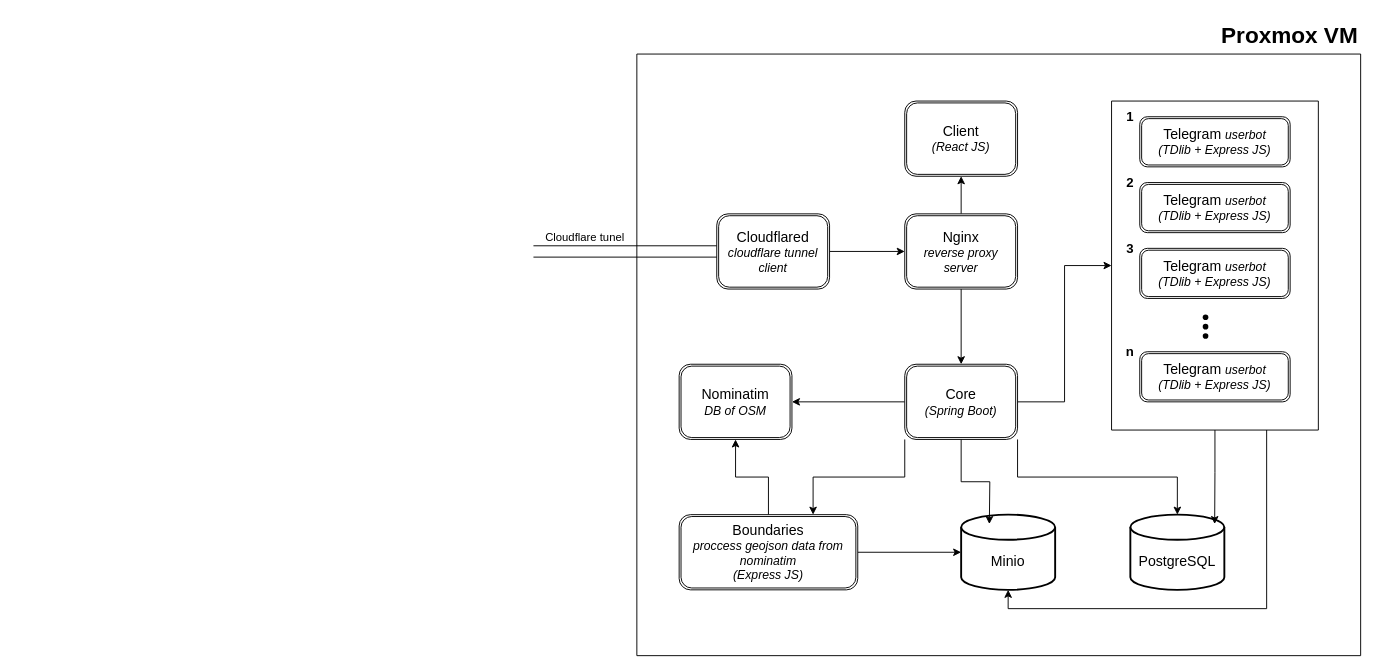
Above: doc-src/common_scheme.drawio in O-Shev/GeoTalker (draw.io), before the change. Source tidied: cells renumbered, new cells numbered last; positions are measured from the earlier drawing's top-left corner, leaving out a move shared by most shapes. Both pictures are drawn from the tidied source at 94%, with x=0, y=0 at pixel (533, 16).
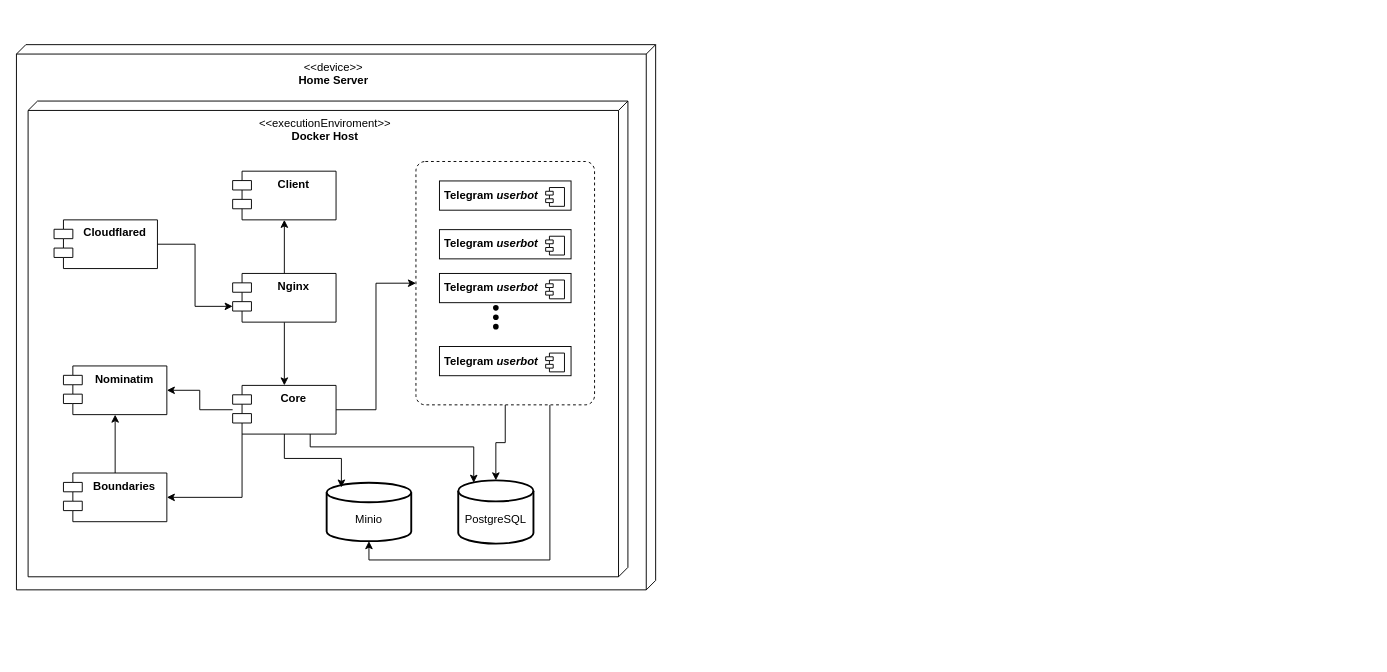
Above is the later version.

What changed in the source:
```diff
@@
-    <mxCell id="2" style="swimlane;startSize=0;" parent="1" vertex="1">
-      <mxGeometry x="110" y="40" width="770" height="640" as="geometry" />
-    </mxCell>
-    <mxCell id="3" style="edgeStyle=orthogonalEdgeStyle;rounded=0;jettySize=auto;html=1;" parent="2" edge="1" source="4" target="19">
-      <mxGeometry relative="1" as="geometry" />
-    </mxCell>
-    <mxCell id="4" value="&lt;font style=&quot;font-size: 15px;&quot;&gt;Cloudflared&lt;/font&gt;&lt;div&gt;&lt;font style=&quot;font-size: 13px;&quot;&gt;&lt;i&gt;cloudflare tunnel client&lt;/i&gt;&lt;/font&gt;&lt;/div&gt;" style="shape=ext;double=1;rounded=1;whiteSpace=wrap;html=1;" parent="2" vertex="1">
-      <mxGeometry x="85" y="170" width="120" height="80" as="geometry" />
-    </mxCell>
-    <mxCell id="5" style="edgeStyle=orthogonalEdgeStyle;rounded=0;jettySize=auto;html=1;" parent="2" edge="1" source="7" target="8">
-      <mxGeometry relative="1" as="geometry" />
-    </mxCell>
-    <mxCell id="6" style="edgeStyle=orthogonalEdgeStyle;rounded=0;jettySize=auto;html=1;" parent="2" edge="1" source="7" target="16">
-      <mxGeometry relative="1" as="geometry" />
-    </mxCell>
-    <mxCell id="7" value="&lt;font style=&quot;font-size: 15px;&quot;&gt;Boundaries&lt;/font&gt;&lt;div&gt;&lt;i style=&quot;&quot;&gt;&lt;font style=&quot;font-size: 13px;&quot;&gt;proccess geojson data from nominatim&lt;/font&gt;&lt;/i&gt;&lt;/div&gt;&lt;div&gt;&lt;i style=&quot;&quot;&gt;&lt;font style=&quot;font-size: 13px;&quot;&gt;(Express JS)&lt;/font&gt;&lt;/i&gt;&lt;/div&gt;" style="shape=ext;double=1;rounded=1;whiteSpace=wrap;html=1;" parent="2" vertex="1">
-      <mxGeometry x="45" y="490" width="190" height="80" as="geometry" />
-    </mxCell>
-    <mxCell id="8" value="&lt;font style=&quot;font-size: 15px;&quot;&gt;Nominatim&lt;/font&gt;&lt;div&gt;&lt;font style=&quot;font-size: 13px;&quot;&gt;&lt;i&gt;DB of OSM&lt;/i&gt;&lt;/font&gt;&lt;/div&gt;" style="shape=ext;double=1;rounded=1;whiteSpace=wrap;html=1;" parent="2" vertex="1">
-      <mxGeometry x="45" y="330" width="120" height="80" as="geometry" />
-    </mxCell>
-    <mxCell id="9" value="&lt;font style=&quot;font-size: 15px;&quot;&gt;Client&lt;/font&gt;&lt;div&gt;&lt;font size=&quot;1&quot; style=&quot;&quot;&gt;&lt;i style=&quot;font-size: 13px;&quot;&gt;(React JS)&lt;/i&gt;&lt;/font&gt;&lt;/div&gt;" style="shape=ext;double=1;rounded=1;whiteSpace=wrap;html=1;" parent="2" vertex="1">
-      <mxGeometry x="285" y="50" width="120" height="80" as="geometry" />
-    </mxCell>
-    <mxCell id="10" style="edgeStyle=orthogonalEdgeStyle;rounded=0;jettySize=auto;html=1;exitX=0;exitY=0.5;exitDx=0;exitDy=0;entryX=1;entryY=0.5;entryDx=0;entryDy=0;" parent="2" edge="1" source="14" target="8">
-      <mxGeometry relative="1" as="geometry" />
-    </mxCell>
-    <mxCell id="11" style="edgeStyle=orthogonalEdgeStyle;rounded=0;jettySize=auto;html=1;exitX=0;exitY=1;exitDx=0;exitDy=0;entryX=0.75;entryY=0;entryDx=0;entryDy=0;" parent="2" edge="1" source="14" target="7">
-      <mxGeometry relative="1" as="geometry" />
-    </mxCell>
-    <mxCell id="12" style="edgeStyle=orthogonalEdgeStyle;rounded=0;jettySize=auto;html=1;exitX=1;exitY=1;exitDx=0;exitDy=0;entryX=0.5;entryY=0;entryDx=0;entryDy=0;entryPerimeter=0;" parent="2" edge="1" source="14" target="15">
-      <mxGeometry relative="1" as="geometry" />
-    </mxCell>
-    <mxCell id="13" style="edgeStyle=orthogonalEdgeStyle;rounded=0;jettySize=auto;html=1;exitX=1;exitY=0.5;exitDx=0;exitDy=0;entryX=0;entryY=0.5;entryDx=0;entryDy=0;" parent="2" edge="1" source="14" target="20">
-      <mxGeometry relative="1" as="geometry" />
-    </mxCell>
-    <mxCell id="14" value="&lt;font style=&quot;font-size: 15px;&quot;&gt;Core&lt;/font&gt;&lt;div&gt;&lt;font style=&quot;font-size: 13px;&quot;&gt;&lt;i&gt;(Spring Boot)&lt;/i&gt;&lt;/font&gt;&lt;/div&gt;" style="shape=ext;double=1;rounded=1;whiteSpace=wrap;html=1;" parent="2" vertex="1">
-      <mxGeometry x="285" y="330" width="120" height="80" as="geometry" />
-    </mxCell>
+    <mxCell id="43" value="&amp;lt;&amp;lt;device&amp;gt;&amp;gt;&lt;div&gt;&lt;b&gt;Home Server&lt;/b&gt;&lt;/div&gt;" style="verticalAlign=top;align=center;shape=cube;size=10;direction=south;fontStyle=0;html=1;boundedLbl=1;spacingLeft=5;whiteSpace=wrap;" parent="1" vertex="1">
+      <mxGeometry x="-550" y="30" width="680" height="580" as="geometry" />
+    </mxCell>
+    <mxCell id="44" value="&amp;lt;&amp;lt;executionEnviroment&amp;gt;&amp;gt;&lt;div&gt;&lt;b&gt;Docker Host&lt;/b&gt;&lt;/div&gt;" style="verticalAlign=top;align=center;shape=cube;size=10;direction=south;html=1;boundedLbl=1;spacingLeft=5;whiteSpace=wrap;" parent="43" vertex="1">
+      <mxGeometry x="12.4" y="60" width="638.1" height="506.1" as="geometry" />
+    </mxCell>
+    <mxCell id="45" style="edgeStyle=orthogonalEdgeStyle;rounded=0;jettySize=auto;html=1;exitX=0.5;exitY=1;exitDx=0;exitDy=0;" parent="43" edge="1" source="47" target="15">
+      <mxGeometry relative="1" as="geometry" />
+    </mxCell>
+    <mxCell id="46" style="edgeStyle=orthogonalEdgeStyle;rounded=0;jettySize=auto;html=1;exitX=0.75;exitY=1;exitDx=0;exitDy=0;entryX=0.5;entryY=1;entryDx=0;entryDy=0;entryPerimeter=0;" parent="43" edge="1" source="47" target="16">
+      <mxGeometry relative="1" as="geometry" />
+    </mxCell>
+    <mxCell id="47" style="html=1;align=center;verticalAlign=top;rounded=1;absoluteArcSize=1;arcSize=20;dashed=1;whiteSpace=wrap;" parent="43" vertex="1">
+      <mxGeometry x="425" y="124.3" width="190" height="258.9" as="geometry" />
+    </mxCell>
+    <mxCell id="48" value="&lt;b&gt;&amp;nbsp;Telegram &lt;i&gt;userbot&lt;/i&gt;&lt;/b&gt;" style="html=1;whiteSpace=wrap;align=left;" parent="43" vertex="1">
+      <mxGeometry x="450" y="145" width="140" height="31.1" as="geometry" />
+    </mxCell>
+    <mxCell id="49" style="shape=module;jettyWidth=8;jettyHeight=4;" parent="48" vertex="1">
+      <mxGeometry x="1" width="20" height="20" relative="1" as="geometry">
+        <mxPoint x="-27" y="7" as="offset" />
+      </mxGeometry>
+    </mxCell>
+    <mxCell id="50" value="&lt;b&gt;&amp;nbsp;Telegram &lt;i&gt;userbot&lt;/i&gt;&lt;/b&gt;" style="html=1;whiteSpace=wrap;align=left;" parent="43" vertex="1">
+      <mxGeometry x="450" y="196.8" width="140" height="31.1" as="geometry" />
+    </mxCell>
+    <mxCell id="51" style="shape=module;jettyWidth=8;jettyHeight=4;" parent="50" vertex="1">
+      <mxGeometry x="1" width="20" height="20" relative="1" as="geometry">
+        <mxPoint x="-27" y="7" as="offset" />
+      </mxGeometry>
+    </mxCell>
+    <mxCell id="52" value="&lt;b&gt;&amp;nbsp;Telegram &lt;i&gt;userbot&lt;/i&gt;&lt;/b&gt;" style="html=1;whiteSpace=wrap;align=left;" parent="43" vertex="1">
+      <mxGeometry x="450" y="243.4" width="140" height="31.1" as="geometry" />
+    </mxCell>
+    <mxCell id="53" style="shape=module;jettyWidth=8;jettyHeight=4;" parent="52" vertex="1">
+      <mxGeometry x="1" width="20" height="20" relative="1" as="geometry">
+        <mxPoint x="-27" y="7" as="offset" />
+      </mxGeometry>
+    </mxCell>
+    <mxCell id="54" value="&lt;b&gt;&amp;nbsp;Telegram &lt;i&gt;userbot&lt;/i&gt;&lt;/b&gt;" style="html=1;whiteSpace=wrap;align=left;" parent="43" vertex="1">
+      <mxGeometry x="450" y="321.1" width="140" height="31.1" as="geometry" />
+    </mxCell>
+    <mxCell id="55" style="shape=module;jettyWidth=8;jettyHeight=4;" parent="54" vertex="1">
+      <mxGeometry x="1" width="20" height="20" relative="1" as="geometry">
+        <mxPoint x="-27" y="7" as="offset" />
+      </mxGeometry>
+    </mxCell>
+    <mxCell id="56" style="edgeStyle=orthogonalEdgeStyle;rounded=0;jettySize=auto;html=1;" parent="43" edge="1" source="59" target="65">
+      <mxGeometry relative="1" as="geometry" />
+    </mxCell>
+    <mxCell id="57" style="edgeStyle=orthogonalEdgeStyle;rounded=0;jettySize=auto;html=1;exitX=0;exitY=1;exitDx=10;exitDy=0;exitPerimeter=0;entryX=1;entryY=0.5;entryDx=0;entryDy=0;" parent="43" edge="1" source="59" target="67">
+      <mxGeometry relative="1" as="geometry" />
+    </mxCell>
+    <mxCell id="58" style="edgeStyle=orthogonalEdgeStyle;rounded=0;jettySize=auto;html=1;exitX=1;exitY=0.5;exitDx=0;exitDy=0;entryX=0;entryY=0.5;entryDx=0;entryDy=0;" parent="43" edge="1" source="59" target="47">
+      <mxGeometry relative="1" as="geometry" />
+    </mxCell>
+    <mxCell id="59" value="&lt;div&gt;&lt;b style=&quot;background-color: initial;&quot;&gt;Core&lt;/b&gt;&lt;br&gt;&lt;/div&gt;" style="shape=module;align=left;spacingLeft=20;align=center;verticalAlign=top;whiteSpace=wrap;html=1;" parent="43" vertex="1">
+      <mxGeometry x="230" y="362.5" width="110" height="51.8" as="geometry" />
+    </mxCell>
+    <mxCell id="60" value="&lt;b&gt;Client&lt;/b&gt;" style="shape=module;align=left;spacingLeft=20;align=center;verticalAlign=top;whiteSpace=wrap;html=1;" parent="43" vertex="1">
+      <mxGeometry x="230" y="134.6" width="110" height="51.8" as="geometry" />
+    </mxCell>
+    <mxCell id="61" style="edgeStyle=orthogonalEdgeStyle;rounded=0;jettySize=auto;html=1;" parent="43" edge="1" source="63" target="60">
+      <mxGeometry relative="1" as="geometry" />
+    </mxCell>
+    <mxCell id="62" style="edgeStyle=orthogonalEdgeStyle;rounded=0;jettySize=auto;html=1;" parent="43" edge="1" source="63" target="59">
+      <mxGeometry relative="1" as="geometry" />
+    </mxCell>
+    <mxCell id="63" value="&lt;div&gt;&lt;b style=&quot;background-color: initial;&quot;&gt;Nginx&lt;/b&gt;&lt;br&gt;&lt;/div&gt;" style="shape=module;align=left;spacingLeft=20;align=center;verticalAlign=top;whiteSpace=wrap;html=1;" parent="43" vertex="1">
+      <mxGeometry x="230" y="243.4" width="110" height="51.8" as="geometry" />
+    </mxCell>
+    <mxCell id="64" value="&lt;div&gt;&lt;b style=&quot;background-color: initial;&quot;&gt;Cloudflared&lt;/b&gt;&lt;br&gt;&lt;/div&gt;" style="shape=module;align=left;spacingLeft=20;align=center;verticalAlign=top;whiteSpace=wrap;html=1;" parent="43" vertex="1">
+      <mxGeometry x="40" y="186.4" width="110" height="51.8" as="geometry" />
+    </mxCell>
+    <mxCell id="65" value="&lt;div&gt;&lt;b style=&quot;background-color: initial;&quot;&gt;Nominatim&lt;/b&gt;&lt;br&gt;&lt;/div&gt;" style="shape=module;align=left;spacingLeft=20;align=center;verticalAlign=top;whiteSpace=wrap;html=1;" parent="43" vertex="1">
+      <mxGeometry x="50" y="341.8" width="110" height="51.8" as="geometry" />
+    </mxCell>
+    <mxCell id="66" style="edgeStyle=orthogonalEdgeStyle;rounded=0;jettySize=auto;html=1;" parent="43" edge="1" source="67" target="65">
+      <mxGeometry relative="1" as="geometry" />
+    </mxCell>
+    <mxCell id="67" value="&lt;div&gt;&lt;b style=&quot;background-color: initial;&quot;&gt;Boundaries&lt;/b&gt;&lt;br&gt;&lt;/div&gt;" style="shape=module;align=left;spacingLeft=20;align=center;verticalAlign=top;whiteSpace=wrap;html=1;" parent="43" vertex="1">
+      <mxGeometry x="50" y="455.7" width="110" height="51.8" as="geometry" />
+    </mxCell>
+    <mxCell id="68" style="edgeStyle=orthogonalEdgeStyle;rounded=0;jettySize=auto;html=1;exitX=1;exitY=0.5;exitDx=0;exitDy=0;entryX=0;entryY=0;entryDx=0;entryDy=35;entryPerimeter=0;" parent="43" edge="1" source="64" target="63">
+      <mxGeometry relative="1" as="geometry" />
+    </mxCell>
-    <mxCell id="15" value="&lt;div&gt;&lt;font style=&quot;font-size: 15px;&quot;&gt;&lt;br&gt;&lt;/font&gt;&lt;/div&gt;&lt;font style=&quot;font-size: 15px;&quot;&gt;PostgreSQL&lt;/font&gt;" style="strokeWidth=2;html=1;shape=mxgraph.flowchart.database;whiteSpace=wrap;" parent="2" vertex="1">
-      <mxGeometry x="525" y="490" width="100" height="80" as="geometry" />
+    <mxCell id="15" value="&lt;div style=&quot;&quot;&gt;&lt;font style=&quot;font-size: 12px;&quot;&gt;&lt;br&gt;&lt;/font&gt;&lt;/div&gt;&lt;font style=&quot;font-size: 12px;&quot;&gt;PostgreSQL&lt;/font&gt;" style="strokeWidth=2;html=1;shape=mxgraph.flowchart.database;whiteSpace=wrap;" parent="43" vertex="1">
+      <mxGeometry x="470" y="463.5" width="80" height="67.3" as="geometry" />
     </mxCell>
-    <mxCell id="16" value="&lt;div&gt;&lt;font style=&quot;font-size: 15px;&quot;&gt;&lt;br&gt;&lt;/font&gt;&lt;/div&gt;&lt;font style=&quot;font-size: 15px;&quot;&gt;Minio&lt;/font&gt;" style="strokeWidth=2;html=1;shape=mxgraph.flowchart.database;whiteSpace=wrap;" parent="2" vertex="1">
-      <mxGeometry x="345" y="490" width="100" height="80" as="geometry" />
+    <mxCell id="16" value="&lt;div style=&quot;&quot;&gt;&lt;font style=&quot;font-size: 12px;&quot;&gt;&lt;br&gt;&lt;/font&gt;&lt;/div&gt;&lt;font style=&quot;font-size: 12px;&quot;&gt;Minio&lt;/font&gt;" style="strokeWidth=2;html=1;shape=mxgraph.flowchart.database;whiteSpace=wrap;" parent="43" vertex="1">
+      <mxGeometry x="330" y="466.1" width="90" height="62.1" as="geometry" />
     </mxCell>
-    <mxCell id="17" style="edgeStyle=orthogonalEdgeStyle;rounded=0;jettySize=auto;html=1;" parent="2" edge="1" source="19" target="9">
-      <mxGeometry relative="1" as="geometry" />
-    </mxCell>
-    <mxCell id="18" style="edgeStyle=orthogonalEdgeStyle;rounded=0;jettySize=auto;html=1;" parent="2" edge="1" source="19" target="14">
-      <mxGeometry relative="1" as="geometry" />
-    </mxCell>
-    <mxCell id="19" value="&lt;font style=&quot;font-size: 15px;&quot;&gt;Nginx&lt;/font&gt;&lt;div&gt;&lt;span style=&quot;font-size: 13px;&quot;&gt;&lt;i&gt;reverse proxy server&lt;/i&gt;&lt;/span&gt;&lt;/div&gt;" style="shape=ext;double=1;rounded=1;whiteSpace=wrap;html=1;" parent="2" vertex="1">
-      <mxGeometry x="285" y="170" width="120" height="80" as="geometry" />
-    </mxCell>
-    <mxCell id="20" style="swimlane;startSize=0;" parent="2" vertex="1">
-      <mxGeometry x="505" y="50" width="220" height="350" as="geometry" />
-    </mxCell>
-    <mxCell id="21" style="group;" parent="20" vertex="1">
-      <mxGeometry x="10" y="10" width="180" height="60" as="geometry" />
-    </mxCell>
-    <mxCell id="22" value="&lt;font style=&quot;font-size: 15px;&quot;&gt;Telegram&amp;nbsp;&lt;/font&gt;&lt;i style=&quot;font-size: 13px; background-color: initial;&quot;&gt;userbot&lt;/i&gt;&lt;div style=&quot;font-size: 13px;&quot;&gt;&lt;font style=&quot;font-size: 13px;&quot;&gt;&lt;i&gt;(TDlib + Express JS)&lt;/i&gt;&lt;/font&gt;&lt;/div&gt;" style="shape=ext;double=1;rounded=1;whiteSpace=wrap;html=1;" parent="21" vertex="1">
-      <mxGeometry x="20" y="6.7" width="160" height="53.3" as="geometry" />
-    </mxCell>
-    <mxCell id="23" value="&lt;font size=&quot;1&quot; style=&quot;&quot;&gt;&lt;b style=&quot;font-size: 14px;&quot;&gt;1&lt;/b&gt;&lt;/font&gt;" style="text;html=1;align=center;verticalAlign=middle;whiteSpace=wrap;rounded=0;" parent="21" vertex="1">
-      <mxGeometry width="20" height="13.3" as="geometry" />
-    </mxCell>
-    <mxCell id="24" style="group;" parent="20" vertex="1">
-      <mxGeometry x="10" y="80" width="180" height="60" as="geometry" />
-    </mxCell>
-    <mxCell id="25" value="&lt;font style=&quot;font-size: 15px;&quot;&gt;Telegram&amp;nbsp;&lt;/font&gt;&lt;i style=&quot;font-size: 13px; background-color: initial;&quot;&gt;userbot&lt;/i&gt;&lt;div style=&quot;font-size: 13px;&quot;&gt;&lt;font style=&quot;font-size: 13px;&quot;&gt;&lt;i&gt;(TDlib + Express JS)&lt;/i&gt;&lt;/font&gt;&lt;/div&gt;" style="shape=ext;double=1;rounded=1;whiteSpace=wrap;html=1;" parent="24" vertex="1">
-      <mxGeometry x="20" y="6.7" width="160" height="53.3" as="geometry" />
-    </mxCell>
-    <mxCell id="26" value="&lt;font size=&quot;1&quot; style=&quot;&quot;&gt;&lt;b style=&quot;font-size: 14px;&quot;&gt;2&lt;/b&gt;&lt;/font&gt;" style="text;html=1;align=center;verticalAlign=middle;whiteSpace=wrap;rounded=0;" parent="24" vertex="1">
-      <mxGeometry width="20" height="13.3" as="geometry" />
-    </mxCell>
-    <mxCell id="27" style="group;" parent="20" vertex="1">
-      <mxGeometry x="10" y="150" width="180" height="60" as="geometry" />
-    </mxCell>
-    <mxCell id="28" value="&lt;font style=&quot;font-size: 15px;&quot;&gt;Telegram&amp;nbsp;&lt;/font&gt;&lt;i style=&quot;font-size: 13px; background-color: initial;&quot;&gt;userbot&lt;/i&gt;&lt;div style=&quot;font-size: 13px;&quot;&gt;&lt;font style=&quot;font-size: 13px;&quot;&gt;&lt;i&gt;(TDlib + Express JS)&lt;/i&gt;&lt;/font&gt;&lt;/div&gt;" style="shape=ext;double=1;rounded=1;whiteSpace=wrap;html=1;" parent="27" vertex="1">
-      <mxGeometry x="20" y="6.7" width="160" height="53.3" as="geometry" />
-    </mxCell>
-    <mxCell id="29" value="&lt;font size=&quot;1&quot; style=&quot;&quot;&gt;&lt;b style=&quot;font-size: 14px;&quot;&gt;3&lt;/b&gt;&lt;/font&gt;" style="text;html=1;align=center;verticalAlign=middle;whiteSpace=wrap;rounded=0;" parent="27" vertex="1">
-      <mxGeometry width="20" height="13.3" as="geometry" />
-    </mxCell>
-    <mxCell id="30" style="group;" parent="20" vertex="1">
-      <mxGeometry x="90" y="220" width="20" height="40" as="geometry" />
-    </mxCell>
+    <mxCell id="69" style="edgeStyle=orthogonalEdgeStyle;rounded=0;jettySize=auto;html=1;exitX=0.5;exitY=1;exitDx=0;exitDy=0;entryX=0.174;entryY=0.081;entryDx=0;entryDy=0;entryPerimeter=0;" parent="43" edge="1" source="59" target="16">
+      <mxGeometry relative="1" as="geometry" />
+    </mxCell>
+    <mxCell id="70" style="edgeStyle=orthogonalEdgeStyle;rounded=0;jettySize=auto;html=1;exitX=0.75;exitY=1;exitDx=0;exitDy=0;entryX=0.206;entryY=0.038;entryDx=0;entryDy=0;entryPerimeter=0;" parent="43" edge="1" source="59" target="15">
+      <mxGeometry relative="1" as="geometry">
+        <Array as="points">
+          <mxPoint x="312.4" y="427.9" />
+          <mxPoint x="486.8" y="427.9" />
+        </Array>
+      </mxGeometry>
+    </mxCell>
+    <mxCell id="71" style="group;" parent="1" vertex="1">
+      <mxGeometry x="-50" y="300" width="20" height="40" as="geometry" />
+    </mxCell>
-    <mxCell id="31" style="shape=waypoint;sketch=0;fillStyle=solid;size=6;fillColor=none;perimeter=centerPerimeter;" parent="30" vertex="1">
+    <mxCell id="31" style="shape=waypoint;sketch=0;fillStyle=solid;size=6;fillColor=none;perimeter=centerPerimeter;" parent="71" vertex="1">
       <mxGeometry width="20" height="20" as="geometry" />
     </mxCell>
-    <mxCell id="32" style="shape=waypoint;sketch=0;fillStyle=solid;size=6;fillColor=none;perimeter=centerPerimeter;" parent="30" vertex="1">
+    <mxCell id="32" style="shape=waypoint;sketch=0;fillStyle=solid;size=6;fillColor=none;perimeter=centerPerimeter;" parent="71" vertex="1">
       <mxGeometry y="10" width="20" height="20" as="geometry" />
     </mxCell>
-    <mxCell id="33" style="shape=waypoint;sketch=0;fillStyle=solid;size=6;fillColor=none;perimeter=centerPerimeter;" parent="30" vertex="1">
+    <mxCell id="33" style="shape=waypoint;sketch=0;fillStyle=solid;size=6;fillColor=none;perimeter=centerPerimeter;" parent="71" vertex="1">
       <mxGeometry y="20" width="20" height="20" as="geometry" />
     </mxCell>
-    <mxCell id="34" style="group;" parent="20" vertex="1">
-      <mxGeometry x="10" y="260" width="180" height="60" as="geometry" />
-    </mxCell>
-    <mxCell id="35" value="&lt;font style=&quot;font-size: 15px;&quot;&gt;Telegram&amp;nbsp;&lt;/font&gt;&lt;i style=&quot;font-size: 13px; background-color: initial;&quot;&gt;userbot&lt;/i&gt;&lt;div style=&quot;font-size: 13px;&quot;&gt;&lt;font style=&quot;font-size: 13px;&quot;&gt;&lt;i&gt;(TDlib + Express JS)&lt;/i&gt;&lt;/font&gt;&lt;/div&gt;" style="shape=ext;double=1;rounded=1;whiteSpace=wrap;html=1;" parent="34" vertex="1">
-      <mxGeometry x="20" y="6.7" width="160" height="53.3" as="geometry" />
-    </mxCell>
-    <mxCell id="36" value="&lt;font size=&quot;1&quot; style=&quot;&quot;&gt;&lt;b style=&quot;font-size: 14px;&quot;&gt;n&lt;/b&gt;&lt;/font&gt;" style="text;html=1;align=center;verticalAlign=middle;whiteSpace=wrap;rounded=0;" parent="34" vertex="1">
-      <mxGeometry width="20" height="13.3" as="geometry" />
-    </mxCell>
-    <mxCell id="37" style="edgeStyle=orthogonalEdgeStyle;rounded=0;jettySize=auto;html=1;exitX=0.5;exitY=1;exitDx=0;exitDy=0;" parent="2" edge="1" source="14">
-      <mxGeometry relative="1" as="geometry">
-        <mxPoint x="375" y="500" as="targetPoint" />
-      </mxGeometry>
-    </mxCell>
-    <mxCell id="38" style="edgeStyle=orthogonalEdgeStyle;rounded=0;jettySize=auto;html=1;exitX=0.5;exitY=1;exitDx=0;exitDy=0;entryX=0.897;entryY=0.125;entryDx=0;entryDy=0;entryPerimeter=0;" parent="2" edge="1" source="20" target="15">
-      <mxGeometry relative="1" as="geometry" />
-    </mxCell>
-    <mxCell id="39" style="edgeStyle=orthogonalEdgeStyle;rounded=0;jettySize=auto;html=1;exitX=0.75;exitY=1;exitDx=0;exitDy=0;entryX=0.5;entryY=1;entryDx=0;entryDy=0;entryPerimeter=0;" parent="2" edge="1" source="20" target="16">
-      <mxGeometry relative="1" as="geometry" />
-    </mxCell>
-    <mxCell id="40" value="&lt;h1 style=&quot;margin-top: 0px;&quot;&gt;Proxmox VM&lt;/h1&gt;" style="text;html=1;whiteSpace=wrap;overflow=hidden;rounded=0;" parent="1" vertex="1">
-      <mxGeometry x="730" width="160" height="40" as="geometry" />
-    </mxCell>
-    <mxCell id="41" style="shape=link;html=1;rounded=0;exitX=0;exitY=0.5;exitDx=0;exitDy=0;width=12.06896551724138;" parent="1" edge="1" source="4">
-      <mxGeometry relative="1" as="geometry">
-        <mxPoint y="250" as="targetPoint" />
-      </mxGeometry>
-    </mxCell>
-    <mxCell id="42" value="Cloudflare tunel" style="text;html=1;align=center;verticalAlign=middle;whiteSpace=wrap;rounded=0;" parent="1" vertex="1">
-      <mxGeometry y="220" width="110" height="30" as="geometry" />
-    </mxCell>
```
